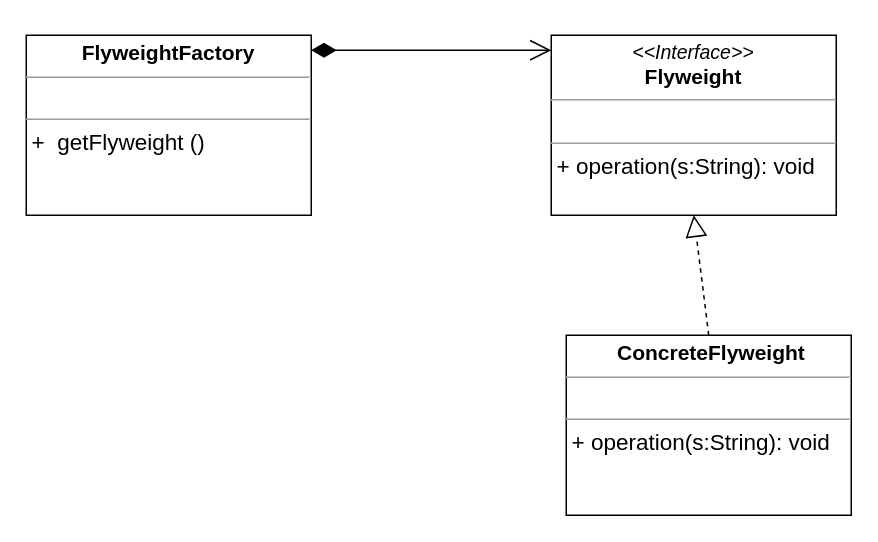
The draw.io diagram structural/flyweight/flyweight.drawio in MaksShadows/Patterns, before the edit. Source tidied: cells renumbered, new cells numbered last; positions are measured from the earlier drawing's top-left corner, leaving out a move shared by most shapes. Both pictures are drawn from the tidied source at 150%, with x=0, y=0 at pixel (26, 34).
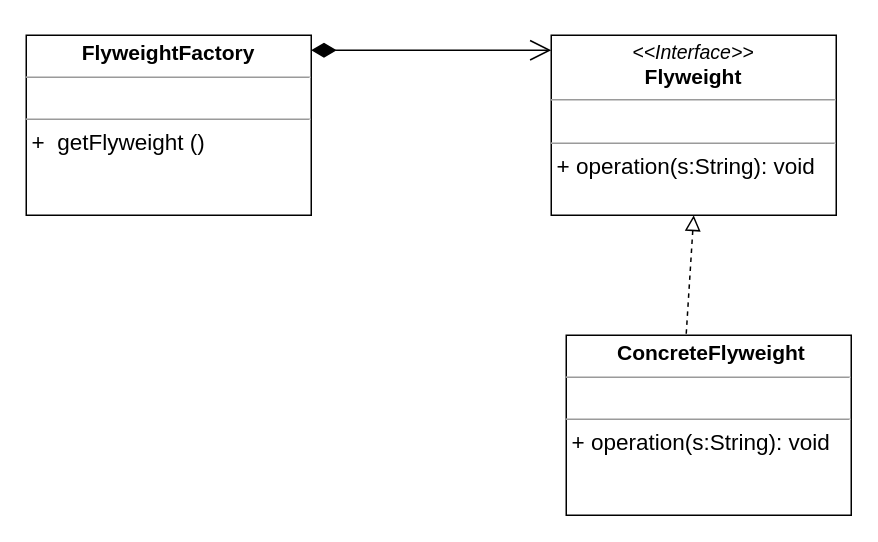
After the change.

What changed in the source:
```diff
@@
 <mxGraphModel>
   <root>
     <mxCell id="0" />
     <mxCell id="1" parent="0" />
     <mxCell id="2" style="endArrow=open;html=1;endSize=12;startArrow=diamondThin;startSize=14;startFill=1;edgeStyle=orthogonalEdgeStyle;align=left;verticalAlign=bottom;" parent="1" edge="1">
       <mxGeometry x="-0.75" y="40" relative="1" as="geometry">
         <mxPoint x="190" y="10" as="sourcePoint" />
         <mxPoint x="350" y="10" as="targetPoint" />
       </mxGeometry>
     </mxCell>
     <mxCell id="3" value="&lt;p style=&quot;margin: 4px 0px 0px ; text-align: center&quot;&gt;&lt;i style=&quot;font-size: 13px&quot;&gt;&amp;lt;&amp;lt;Interface&amp;gt;&amp;gt;&lt;/i&gt;&lt;br&gt;&lt;span style=&quot;font-size: 14px&quot;&gt;&lt;b&gt;Flyweight&lt;/b&gt;&lt;/span&gt;&lt;/p&gt;&lt;hr size=&quot;1&quot; style=&quot;font-size: 14px&quot;&gt;&lt;p style=&quot;margin: 0px ; margin-left: 4px&quot;&gt;&lt;br&gt;&lt;/p&gt;&lt;hr size=&quot;1&quot;&gt;&lt;p style=&quot;margin: 0px 0px 0px 4px&quot;&gt;&lt;font style=&quot;font-size: 15px&quot;&gt;+ operation(s:String): void&lt;/font&gt;&lt;br&gt;&lt;/p&gt;" style="verticalAlign=top;align=left;overflow=fill;fontSize=12;fontFamily=Helvetica;html=1;" parent="1" vertex="1">
       <mxGeometry x="350" width="190" height="120" as="geometry" />
     </mxCell>
     <mxCell id="4" value="&lt;p style=&quot;margin: 4px 0px 0px ; text-align: center&quot;&gt;&lt;b style=&quot;font-size: 14px&quot;&gt;FlyweightFactory&lt;/b&gt;&lt;/p&gt;&lt;hr size=&quot;1&quot; style=&quot;font-size: 14px&quot;&gt;&lt;p style=&quot;margin: 0px ; margin-left: 4px&quot;&gt;&lt;br&gt;&lt;/p&gt;&lt;hr size=&quot;1&quot;&gt;&lt;p style=&quot;margin: 0px 0px 0px 4px&quot;&gt;&lt;font style=&quot;font-size: 15px&quot;&gt;+&amp;nbsp;&amp;nbsp;getFlyweight ()&lt;/font&gt;&lt;br&gt;&lt;/p&gt;" style="verticalAlign=top;align=left;overflow=fill;fontSize=12;fontFamily=Helvetica;html=1;" parent="1" vertex="1">
       <mxGeometry width="190" height="120" as="geometry" />
     </mxCell>
     <mxCell id="5" value="&lt;p style=&quot;margin: 4px 0px 0px ; text-align: center&quot;&gt;&lt;span style=&quot;font-size: 14px&quot;&gt;&lt;b&gt;&amp;nbsp;ConcreteFlyweight&lt;/b&gt;&lt;/span&gt;&lt;br&gt;&lt;/p&gt;&lt;hr size=&quot;1&quot; style=&quot;font-size: 14px&quot;&gt;&lt;p style=&quot;margin: 0px ; margin-left: 4px&quot;&gt;&lt;br&gt;&lt;/p&gt;&lt;hr size=&quot;1&quot;&gt;&lt;p style=&quot;margin: 0px 0px 0px 4px&quot;&gt;&lt;font style=&quot;font-size: 15px&quot;&gt;+ operation(s:String): void&lt;/font&gt;&lt;br&gt;&lt;/p&gt;" style="verticalAlign=top;align=left;overflow=fill;fontSize=12;fontFamily=Helvetica;html=1;" parent="1" vertex="1">
       <mxGeometry x="360" y="200" width="190" height="120" as="geometry" />
     </mxCell>
-    <mxCell id="6" style="endArrow=block;dashed=1;endFill=0;endSize=12;html=1;exitX=0.5;exitY=0;exitDx=0;exitDy=0;entryX=0.5;entryY=1;entryDx=0;entryDy=0;" parent="1" edge="1" source="5" target="3">
+    <mxCell id="6" style="endArrow=block;startArrow=none;endFill=0;startFill=0;endSize=8;html=1;verticalAlign=bottom;dashed=1;labelBackgroundColor=none;exitX=0.421;exitY=-0.008;exitDx=0;exitDy=0;exitPerimeter=0;entryX=0.5;entryY=1;entryDx=0;entryDy=0;" parent="1" edge="1" source="5" target="3">
       <mxGeometry relative="1" as="geometry" />
     </mxCell>
   </root>
 </mxGraphModel>
```
